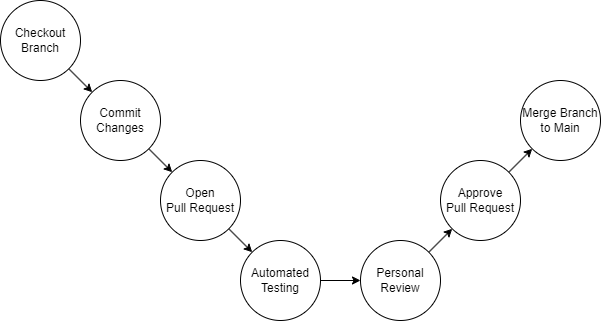
Earlier version of the draw.io export admin/cipipeline/phase1.drawio.png (cse110-sp24-group27/Codelog). Source tidied: cells renumbered, new cells last; positions are measured from the earlier drawing's top-left corner, leaving out a move shared by most shapes.
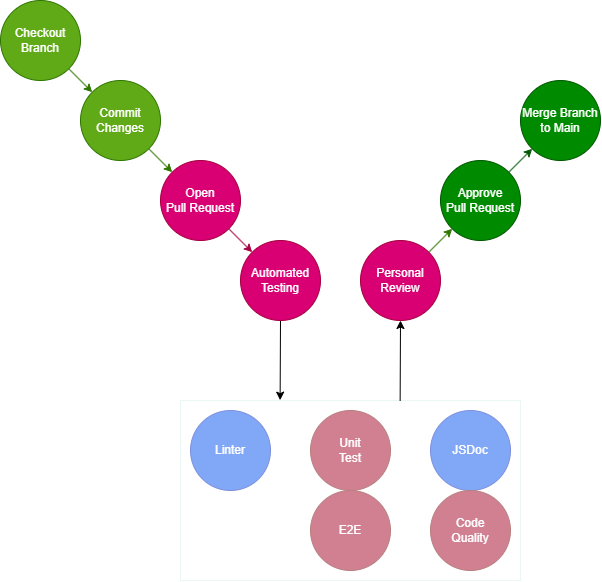
After the commit.

Commit message:
Edited phase1 diagram, md, ADR

Diff of the diagram source:
```diff
@@ -2,44 +2,65 @@
   <root>
     <mxCell id="0" />
     <mxCell id="1" parent="0" />
-    <mxCell id="2" style="edgeStyle=none;html=1;exitX=1;exitY=1;exitDx=0;exitDy=0;entryX=0;entryY=0;entryDx=0;entryDy=0;" parent="1" edge="1" source="3" target="5">
+    <mxCell id="2" style="edgeStyle=none;html=1;exitX=1;exitY=1;exitDx=0;exitDy=0;entryX=0;entryY=0;entryDx=0;entryDy=0;fillColor=#60a917;strokeColor=#2D7600;" parent="1" edge="1" source="3" target="5">
       <mxGeometry relative="1" as="geometry" />
     </mxCell>
-    <mxCell id="3" value="Checkout&lt;br&gt;Branch" style="ellipse;whiteSpace=wrap;html=1;" parent="1" vertex="1">
+    <mxCell id="3" value="Checkout&lt;br&gt;Branch" style="ellipse;whiteSpace=wrap;html=1;fillColor=#60a917;fontColor=#ffffff;strokeColor=#2D7600;" parent="1" vertex="1">
       <mxGeometry width="80" height="80" as="geometry" />
     </mxCell>
-    <mxCell id="4" style="edgeStyle=none;html=1;exitX=1;exitY=1;exitDx=0;exitDy=0;" parent="1" edge="1" source="5" target="7">
+    <mxCell id="4" style="edgeStyle=none;html=1;exitX=1;exitY=1;exitDx=0;exitDy=0;fillColor=#60a917;strokeColor=#2D7600;" parent="1" edge="1" source="5" target="7">
       <mxGeometry relative="1" as="geometry" />
     </mxCell>
-    <mxCell id="5" value="Commit&lt;br&gt;Changes" style="ellipse;whiteSpace=wrap;html=1;" parent="1" vertex="1">
+    <mxCell id="5" value="Commit&lt;br&gt;Changes" style="ellipse;whiteSpace=wrap;html=1;fillColor=#60a917;fontColor=#ffffff;strokeColor=#2D7600;" parent="1" vertex="1">
       <mxGeometry x="80" y="80" width="80" height="80" as="geometry" />
     </mxCell>
-    <mxCell id="6" style="edgeStyle=none;html=1;exitX=1;exitY=1;exitDx=0;exitDy=0;entryX=0;entryY=0;entryDx=0;entryDy=0;" parent="1" edge="1" source="7" target="9">
+    <mxCell id="6" style="edgeStyle=none;html=1;exitX=1;exitY=1;exitDx=0;exitDy=0;entryX=0;entryY=0;entryDx=0;entryDy=0;fillColor=#d80073;strokeColor=#A50040;" parent="1" edge="1" source="7" target="9">
       <mxGeometry relative="1" as="geometry" />
     </mxCell>
-    <mxCell id="7" value="Open&lt;br&gt;Pull Request" style="ellipse;whiteSpace=wrap;html=1;" parent="1" vertex="1">
+    <mxCell id="7" value="Open&lt;br&gt;Pull Request" style="ellipse;whiteSpace=wrap;html=1;fillColor=#d80073;fontColor=#ffffff;strokeColor=#A50040;" parent="1" vertex="1">
       <mxGeometry x="160" y="160" width="80" height="80" as="geometry" />
     </mxCell>
-    <mxCell id="8" style="edgeStyle=none;html=1;exitX=1;exitY=0.5;exitDx=0;exitDy=0;entryX=0;entryY=0.5;entryDx=0;entryDy=0;" parent="1" edge="1" source="9" target="11">
-      <mxGeometry relative="1" as="geometry" />
-    </mxCell>
+    <mxCell id="15" style="edgeStyle=none;html=1;entryX=0.293;entryY=-0.002;entryDx=0;entryDy=0;entryPerimeter=0;" parent="1" edge="1" source="9" target="21">
+      <mxGeometry relative="1" as="geometry" />
+    </mxCell>
-    <mxCell id="9" value="Automated&lt;br&gt;Testing" style="ellipse;whiteSpace=wrap;html=1;" parent="1" vertex="1">
+    <mxCell id="9" value="Automated&lt;br&gt;Testing" style="ellipse;whiteSpace=wrap;html=1;fillColor=#d80073;fontColor=#ffffff;strokeColor=#A50040;" parent="1" vertex="1">
       <mxGeometry x="240" y="240" width="80" height="80" as="geometry" />
     </mxCell>
-    <mxCell id="10" style="edgeStyle=none;html=1;exitX=1;exitY=0;exitDx=0;exitDy=0;entryX=0;entryY=1;entryDx=0;entryDy=0;" parent="1" edge="1" source="11" target="13">
+    <mxCell id="10" style="edgeStyle=none;html=1;exitX=1;exitY=0;exitDx=0;exitDy=0;entryX=0;entryY=1;entryDx=0;entryDy=0;fillColor=#60a917;strokeColor=#2D7600;" parent="1" edge="1" source="11" target="13">
       <mxGeometry relative="1" as="geometry" />
     </mxCell>
-    <mxCell id="11" value="Personal&lt;br&gt;Review" style="ellipse;whiteSpace=wrap;html=1;" parent="1" vertex="1">
+    <mxCell id="11" value="Personal&lt;br&gt;Review" style="ellipse;whiteSpace=wrap;html=1;fillColor=#d80073;fontColor=#ffffff;strokeColor=#A50040;" parent="1" vertex="1">
       <mxGeometry x="360" y="240" width="80" height="80" as="geometry" />
     </mxCell>
-    <mxCell id="12" style="edgeStyle=none;html=1;exitX=1;exitY=0;exitDx=0;exitDy=0;entryX=0;entryY=1;entryDx=0;entryDy=0;" parent="1" edge="1" source="13" target="14">
+    <mxCell id="12" style="edgeStyle=none;html=1;exitX=1;exitY=0;exitDx=0;exitDy=0;entryX=0;entryY=1;entryDx=0;entryDy=0;fillColor=#008a00;strokeColor=#005700;" parent="1" edge="1" source="13" target="14">
       <mxGeometry relative="1" as="geometry" />
     </mxCell>
-    <mxCell id="13" value="Approve&lt;br&gt;Pull Request" style="ellipse;whiteSpace=wrap;html=1;" parent="1" vertex="1">
+    <mxCell id="13" value="Approve&lt;br&gt;Pull Request" style="ellipse;whiteSpace=wrap;html=1;fillColor=#008a00;fontColor=#ffffff;strokeColor=#005700;" parent="1" vertex="1">
       <mxGeometry x="440" y="160" width="80" height="80" as="geometry" />
     </mxCell>
-    <mxCell id="14" value="Merge Branch&lt;br&gt;to Main" style="ellipse;whiteSpace=wrap;html=1;" parent="1" vertex="1">
+    <mxCell id="14" value="Merge Branch&lt;br&gt;to Main" style="ellipse;whiteSpace=wrap;html=1;fillColor=#008a00;fontColor=#ffffff;strokeColor=#005700;" parent="1" vertex="1">
       <mxGeometry x="520" y="80" width="80" height="80" as="geometry" />
     </mxCell>
+    <mxCell id="16" value="Linter" style="ellipse;whiteSpace=wrap;html=1;fillColor=#0050ef;fontColor=#ffffff;strokeColor=#001DBC;" parent="1" vertex="1">
+      <mxGeometry x="190" y="410" width="80" height="80" as="geometry" />
+    </mxCell>
+    <mxCell id="17" value="JSDoc" style="ellipse;whiteSpace=wrap;html=1;fillColor=#0050ef;fontColor=#ffffff;strokeColor=#001DBC;" parent="1" vertex="1">
+      <mxGeometry x="430" y="410" width="80" height="80" as="geometry" />
+    </mxCell>
+    <mxCell id="18" value="Unit&lt;br&gt;Test" style="ellipse;whiteSpace=wrap;html=1;fillColor=#a20025;fontColor=#ffffff;strokeColor=#6F0000;" parent="1" vertex="1">
+      <mxGeometry x="310" y="410" width="80" height="80" as="geometry" />
+    </mxCell>
+    <mxCell id="19" value="E2E" style="ellipse;whiteSpace=wrap;html=1;fillColor=#a20025;fontColor=#ffffff;strokeColor=#6F0000;" parent="1" vertex="1">
+      <mxGeometry x="310" y="490" width="80" height="80" as="geometry" />
+    </mxCell>
+    <mxCell id="20" value="Code&lt;br&gt;Quality" style="ellipse;whiteSpace=wrap;html=1;fillColor=#a20025;fontColor=#ffffff;strokeColor=#6F0000;" parent="1" vertex="1">
+      <mxGeometry x="430" y="490" width="80" height="80" as="geometry" />
+    </mxCell>
+    <mxCell id="21" style="whiteSpace=wrap;html=1;opacity=50;strokeColor=#D8F0EC;" parent="1" vertex="1">
+      <mxGeometry x="180" y="400" width="340" height="180" as="geometry" />
+    </mxCell>
+    <mxCell id="22" style="edgeStyle=none;jettySize=auto;html=1;entryX=0.5;entryY=1;entryDx=0;entryDy=0;exitX=0.646;exitY=0.001;exitDx=0;exitDy=0;exitPerimeter=0;" parent="1" edge="1" source="21" target="11">
+      <mxGeometry relative="1" as="geometry" />
+    </mxCell>
   </root>
 </mxGraphModel>
```
